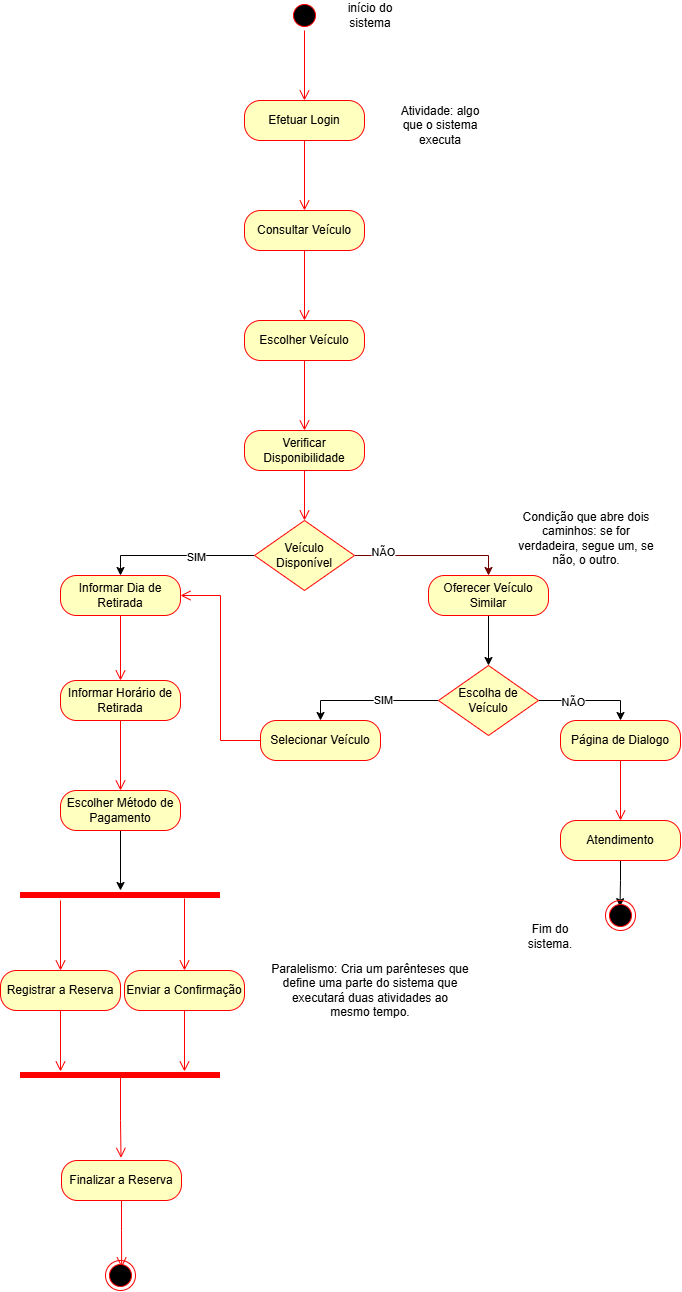
The draw.io diagram 202/diagramas/002diagrama.drawio.png in phdec/SESI-SENAI, before a commit. Source tidied: cells renumbered, new cells last; positions are measured from the earlier drawing's top-left corner, leaving out a move shared by most shapes. Its diagram source:
```xml
<mxGraphModel>
  <root>
    <mxCell id="0" />
    <mxCell id="1" parent="0" />
    <mxCell id="2" style="ellipse;html=1;shape=startState;fillColor=#000000;strokeColor=#ff0000;" parent="1" vertex="1">
      <mxGeometry x="289" width="30" height="30" as="geometry" />
    </mxCell>
    <mxCell id="3" style="edgeStyle=orthogonalEdgeStyle;html=1;verticalAlign=bottom;endArrow=open;endSize=8;strokeColor=#ff0000;rounded=0;defaultLabelBackgroundColor=page;entryX=0.5;entryY=0;entryDx=0;entryDy=0;" parent="1" edge="1" source="2" target="4">
      <mxGeometry relative="1" as="geometry" />
    </mxCell>
    <mxCell id="4" value="Efetuar Login" style="rounded=1;whiteSpace=wrap;html=1;arcSize=40;fontColor=#000000;fillColor=#ffffc0;strokeColor=#ff0000;" parent="1" vertex="1">
      <mxGeometry x="244" y="100" width="120" height="40" as="geometry" />
    </mxCell>
    <mxCell id="5" style="edgeStyle=orthogonalEdgeStyle;html=1;verticalAlign=bottom;endArrow=open;endSize=8;strokeColor=#ff0000;rounded=0;defaultLabelBackgroundColor=page;entryX=0.5;entryY=0;entryDx=0;entryDy=0;" parent="1" edge="1" source="4" target="6">
      <mxGeometry relative="1" as="geometry" />
    </mxCell>
    <mxCell id="6" value="Consultar Veículo" style="rounded=1;whiteSpace=wrap;html=1;arcSize=40;fontColor=#000000;fillColor=#ffffc0;strokeColor=#ff0000;" parent="1" vertex="1">
      <mxGeometry x="244" y="210" width="120" height="40" as="geometry" />
    </mxCell>
    <mxCell id="7" style="edgeStyle=orthogonalEdgeStyle;html=1;verticalAlign=bottom;endArrow=open;endSize=8;strokeColor=#ff0000;rounded=0;defaultLabelBackgroundColor=page;entryX=0.5;entryY=0;entryDx=0;entryDy=0;" parent="1" edge="1" source="6" target="8">
      <mxGeometry relative="1" as="geometry" />
    </mxCell>
    <mxCell id="8" value="Escolher Veículo" style="rounded=1;whiteSpace=wrap;html=1;arcSize=40;fontColor=#000000;fillColor=#ffffc0;strokeColor=#ff0000;" parent="1" vertex="1">
      <mxGeometry x="244" y="320" width="120" height="40" as="geometry" />
    </mxCell>
    <mxCell id="9" style="edgeStyle=orthogonalEdgeStyle;html=1;verticalAlign=bottom;endArrow=open;endSize=8;strokeColor=#ff0000;rounded=0;defaultLabelBackgroundColor=page;entryX=0.5;entryY=0;entryDx=0;entryDy=0;" parent="1" edge="1" source="8" target="10">
      <mxGeometry x="-0.21" relative="1" as="geometry" />
    </mxCell>
    <mxCell id="10" value="Verificar Disponibilidade" style="rounded=1;whiteSpace=wrap;html=1;arcSize=40;fontColor=#000000;fillColor=#ffffc0;strokeColor=#ff0000;" parent="1" vertex="1">
      <mxGeometry x="244" y="430" width="120" height="40" as="geometry" />
    </mxCell>
    <mxCell id="11" style="edgeStyle=orthogonalEdgeStyle;html=1;verticalAlign=bottom;endArrow=open;endSize=8;strokeColor=#ff0000;rounded=0;defaultLabelBackgroundColor=page;entryX=0.5;entryY=0;entryDx=0;entryDy=0;" parent="1" edge="1" source="10" target="16">
      <mxGeometry x="-0.24" relative="1" as="geometry" />
    </mxCell>
    <mxCell id="12" style="edgeStyle=orthogonalEdgeStyle;rounded=0;jettySize=auto;html=1;entryX=0.5;entryY=0;entryDx=0;entryDy=0;defaultLabelBackgroundColor=page;" parent="1" edge="1" source="16" target="17">
      <mxGeometry relative="1" as="geometry" />
    </mxCell>
    <mxCell id="13" value="SIM" style="edgeLabel;html=1;align=center;verticalAlign=middle;inheritText=1;defaultLabelBackgroundColor=page;" parent="12" vertex="1">
      <mxGeometry x="-0.23" y="1" relative="1" as="geometry" />
    </mxCell>
    <mxCell id="14" style="edgeStyle=orthogonalEdgeStyle;rounded=0;jettySize=auto;html=1;defaultLabelBackgroundColor=page;fillColor=#a20025;strokeColor=#6F0000;entryX=0.5;entryY=0;entryDx=0;entryDy=0;" parent="1" edge="1" source="16" target="22">
      <mxGeometry relative="1" as="geometry" />
    </mxCell>
    <mxCell id="15" value="NÃO" style="edgeLabel;html=1;align=center;verticalAlign=middle;inheritText=1;defaultLabelBackgroundColor=page;" parent="14" vertex="1">
      <mxGeometry x="-0.63" y="3" relative="1" as="geometry" />
    </mxCell>
    <mxCell id="16" value="Veículo Disponível" style="rhombus;whiteSpace=wrap;html=1;fontColor=#000000;fillColor=#ffffc0;strokeColor=#ff0000;" parent="1" vertex="1">
      <mxGeometry x="254" y="520" width="100" height="70" as="geometry" />
    </mxCell>
    <mxCell id="17" value="Informar Dia de Retirada" style="rounded=1;whiteSpace=wrap;html=1;arcSize=40;fontColor=#000000;fillColor=#ffffc0;strokeColor=#ff0000;" parent="1" vertex="1">
      <mxGeometry x="60" y="575" width="120" height="40" as="geometry" />
    </mxCell>
    <mxCell id="18" style="edgeStyle=orthogonalEdgeStyle;html=1;verticalAlign=bottom;endArrow=open;endSize=8;strokeColor=#ff0000;rounded=0;defaultLabelBackgroundColor=page;entryX=0.5;entryY=0;entryDx=0;entryDy=0;" parent="1" edge="1" source="17" target="19">
      <mxGeometry relative="1" as="geometry" />
    </mxCell>
    <mxCell id="19" value="Informar Horário de Retirada" style="rounded=1;whiteSpace=wrap;html=1;arcSize=40;fontColor=#000000;fillColor=#ffffc0;strokeColor=#ff0000;" parent="1" vertex="1">
      <mxGeometry x="60" y="680" width="120" height="40" as="geometry" />
    </mxCell>
    <mxCell id="20" style="edgeStyle=orthogonalEdgeStyle;html=1;verticalAlign=bottom;endArrow=open;endSize=8;strokeColor=#ff0000;rounded=0;defaultLabelBackgroundColor=page;entryX=0.5;entryY=0;entryDx=0;entryDy=0;" parent="1" edge="1" source="19" target="35">
      <mxGeometry relative="1" as="geometry" />
    </mxCell>
    <mxCell id="21" style="edgeStyle=orthogonalEdgeStyle;rounded=0;jettySize=auto;html=1;exitX=0.5;exitY=1;exitDx=0;exitDy=0;entryX=0.5;entryY=0;entryDx=0;entryDy=0;defaultLabelBackgroundColor=page;" parent="1" edge="1" source="22" target="27">
      <mxGeometry relative="1" as="geometry" />
    </mxCell>
    <mxCell id="22" value="Oferecer Veículo Similar" style="rounded=1;whiteSpace=wrap;html=1;arcSize=40;fontColor=#000000;fillColor=#ffffc0;strokeColor=#ff0000;" parent="1" vertex="1">
      <mxGeometry x="428" y="575" width="120" height="40" as="geometry" />
    </mxCell>
    <mxCell id="23" style="edgeStyle=orthogonalEdgeStyle;rounded=0;jettySize=auto;html=1;entryX=0.5;entryY=0;entryDx=0;entryDy=0;defaultLabelBackgroundColor=page;" parent="1" edge="1" source="27" target="28">
      <mxGeometry relative="1" as="geometry" />
    </mxCell>
    <mxCell id="24" value="SIM" style="edgeLabel;html=1;align=center;verticalAlign=middle;inheritText=1;defaultLabelBackgroundColor=page;" parent="23" vertex="1">
      <mxGeometry x="-0.19" y="-1" relative="1" as="geometry" />
    </mxCell>
    <mxCell id="25" style="edgeStyle=orthogonalEdgeStyle;rounded=0;jettySize=auto;html=1;entryX=0.5;entryY=0;entryDx=0;entryDy=0;defaultLabelBackgroundColor=page;" parent="1" edge="1" source="27" target="30">
      <mxGeometry relative="1" as="geometry" />
    </mxCell>
    <mxCell id="26" value="NÃO" style="edgeLabel;html=1;align=center;verticalAlign=middle;inheritText=1;defaultLabelBackgroundColor=page;" parent="25" vertex="1">
      <mxGeometry x="-0.34" y="-1" relative="1" as="geometry" />
    </mxCell>
    <mxCell id="27" value="Escolha de Veículo" style="rhombus;whiteSpace=wrap;html=1;fontColor=#000000;fillColor=#ffffc0;strokeColor=#ff0000;" parent="1" vertex="1">
      <mxGeometry x="438" y="665" width="100" height="70" as="geometry" />
    </mxCell>
    <mxCell id="28" value="Selecionar Veículo" style="rounded=1;whiteSpace=wrap;html=1;arcSize=40;fontColor=#000000;fillColor=#ffffc0;strokeColor=#ff0000;" parent="1" vertex="1">
      <mxGeometry x="260" y="720" width="120" height="40" as="geometry" />
    </mxCell>
    <mxCell id="29" style="edgeStyle=orthogonalEdgeStyle;html=1;verticalAlign=bottom;endArrow=open;endSize=8;strokeColor=#ff0000;rounded=0;defaultLabelBackgroundColor=page;entryX=1;entryY=0.5;entryDx=0;entryDy=0;" parent="1" edge="1" source="28" target="17">
      <mxGeometry x="-0.04" relative="1" as="geometry" />
    </mxCell>
    <mxCell id="30" value="Página de Dialogo" style="rounded=1;whiteSpace=wrap;html=1;arcSize=40;fontColor=#000000;fillColor=#ffffc0;strokeColor=#ff0000;" parent="1" vertex="1">
      <mxGeometry x="560" y="720" width="120" height="40" as="geometry" />
    </mxCell>
    <mxCell id="31" style="edgeStyle=orthogonalEdgeStyle;html=1;verticalAlign=bottom;endArrow=open;endSize=8;strokeColor=#ff0000;rounded=0;defaultLabelBackgroundColor=page;entryX=0.5;entryY=0;entryDx=0;entryDy=0;" parent="1" edge="1" source="30" target="33">
      <mxGeometry relative="1" as="geometry" />
    </mxCell>
    <mxCell id="32" style="edgeStyle=orthogonalEdgeStyle;rounded=0;jettySize=auto;html=1;entryX=0.483;entryY=0.206;entryDx=0;entryDy=0;defaultLabelBackgroundColor=page;entryPerimeter=0;" parent="1" edge="1" source="33" target="36">
      <mxGeometry x="-0.14" relative="1" as="geometry" />
    </mxCell>
    <mxCell id="33" value="Atendimento" style="rounded=1;whiteSpace=wrap;html=1;arcSize=40;fontColor=#000000;fillColor=#ffffc0;strokeColor=#ff0000;" parent="1" vertex="1">
      <mxGeometry x="560" y="820" width="120" height="40" as="geometry" />
    </mxCell>
    <mxCell id="34" style="edgeStyle=orthogonalEdgeStyle;rounded=0;jettySize=auto;html=1;defaultLabelBackgroundColor=page;" parent="1" edge="1" source="35" target="37">
      <mxGeometry relative="1" as="geometry" />
    </mxCell>
    <mxCell id="35" value="Escolher Método de Pagamento" style="rounded=1;whiteSpace=wrap;html=1;arcSize=40;fontColor=#000000;fillColor=#ffffc0;strokeColor=#ff0000;" parent="1" vertex="1">
      <mxGeometry x="60" y="790" width="120" height="40" as="geometry" />
    </mxCell>
    <mxCell id="36" style="ellipse;html=1;shape=endState;fillColor=#000000;strokeColor=#ff0000;" parent="1" vertex="1">
      <mxGeometry x="605" y="900" width="30" height="30" as="geometry" />
    </mxCell>
    <mxCell id="37" style="shape=line;html=1;strokeWidth=6;strokeColor=#ff0000;" parent="1" vertex="1">
      <mxGeometry x="20" y="890" width="200" height="10" as="geometry" />
    </mxCell>
    <mxCell id="38" style="edgeStyle=orthogonalEdgeStyle;html=1;verticalAlign=bottom;endArrow=open;endSize=8;strokeColor=#ff0000;rounded=0;defaultLabelBackgroundColor=page;exitX=0.2;exitY=1;exitDx=0;exitDy=0;exitPerimeter=0;entryX=0.5;entryY=0;entryDx=0;entryDy=0;" parent="1" edge="1" source="37" target="39">
      <mxGeometry x="0.46" relative="1" as="geometry" />
    </mxCell>
    <mxCell id="39" value="Registrar a Reserva" style="rounded=1;whiteSpace=wrap;html=1;arcSize=40;fontColor=#000000;fillColor=#ffffc0;strokeColor=#ff0000;" parent="1" vertex="1">
      <mxGeometry y="970" width="120" height="40" as="geometry" />
    </mxCell>
    <mxCell id="40" style="edgeStyle=orthogonalEdgeStyle;html=1;verticalAlign=bottom;endArrow=open;endSize=8;strokeColor=#ff0000;rounded=0;defaultLabelBackgroundColor=page;entryX=0.2;entryY=0.1;entryDx=0;entryDy=0;entryPerimeter=0;" parent="1" edge="1" source="39" target="44">
      <mxGeometry relative="1" as="geometry" />
    </mxCell>
    <mxCell id="41" value="Enviar a Confirmação" style="rounded=1;whiteSpace=wrap;html=1;arcSize=40;fontColor=#000000;fillColor=#ffffc0;strokeColor=#ff0000;" parent="1" vertex="1">
      <mxGeometry x="124" y="970" width="120" height="40" as="geometry" />
    </mxCell>
    <mxCell id="42" style="edgeStyle=orthogonalEdgeStyle;html=1;verticalAlign=bottom;endArrow=open;endSize=8;strokeColor=#ff0000;rounded=0;defaultLabelBackgroundColor=page;entryX=0.82;entryY=0.1;entryDx=0;entryDy=0;entryPerimeter=0;" parent="1" edge="1" source="41" target="44">
      <mxGeometry relative="1" as="geometry" />
    </mxCell>
    <mxCell id="43" style="edgeStyle=orthogonalEdgeStyle;html=1;verticalAlign=bottom;endArrow=open;endSize=8;strokeColor=#ff0000;rounded=0;defaultLabelBackgroundColor=page;exitX=0.82;exitY=0.8;exitDx=0;exitDy=0;exitPerimeter=0;entryX=0.5;entryY=0;entryDx=0;entryDy=0;" parent="1" edge="1" source="37" target="41">
      <mxGeometry x="0.81" relative="1" as="geometry" />
    </mxCell>
    <mxCell id="44" style="shape=line;html=1;strokeWidth=6;strokeColor=#ff0000;" parent="1" vertex="1">
      <mxGeometry x="20" y="1070" width="200" height="10" as="geometry" />
    </mxCell>
    <mxCell id="45" style="edgeStyle=orthogonalEdgeStyle;html=1;verticalAlign=bottom;endArrow=open;endSize=8;strokeColor=#ff0000;rounded=0;defaultLabelBackgroundColor=page;exitX=0.5;exitY=0.706;exitDx=0;exitDy=0;exitPerimeter=0;entryX=0.496;entryY=-0.066;entryDx=0;entryDy=0;entryPerimeter=0;" parent="1" edge="1" source="44" target="46">
      <mxGeometry x="0.08" relative="1" as="geometry" />
    </mxCell>
    <mxCell id="46" value="Finalizar a Reserva" style="rounded=1;whiteSpace=wrap;html=1;arcSize=40;fontColor=#000000;fillColor=#ffffc0;strokeColor=#ff0000;" parent="1" vertex="1">
      <mxGeometry x="61" y="1160" width="120" height="40" as="geometry" />
    </mxCell>
    <mxCell id="47" style="edgeStyle=orthogonalEdgeStyle;html=1;verticalAlign=bottom;endArrow=open;endSize=8;strokeColor=#ff0000;rounded=0;defaultLabelBackgroundColor=page;entryX=0.539;entryY=0.233;entryDx=0;entryDy=0;entryPerimeter=0;" parent="1" edge="1" source="46" target="48">
      <mxGeometry x="-0.11" relative="1" as="geometry" />
    </mxCell>
    <mxCell id="48" style="ellipse;html=1;shape=endState;fillColor=#000000;strokeColor=#ff0000;" parent="1" vertex="1">
      <mxGeometry x="105" y="1260" width="30" height="30" as="geometry" />
    </mxCell>
    <mxCell id="49" value="Condição que abre dois caminhos: se for verdadeira, segue um, se não, o outro." style="text;html=1;whiteSpace=wrap;strokeColor=none;fillColor=none;align=center;verticalAlign=middle;rounded=0;" parent="1" vertex="1">
      <mxGeometry x="510" y="510" width="152" height="55" as="geometry" />
    </mxCell>
    <mxCell id="50" value="início do sistema" style="text;html=1;whiteSpace=wrap;strokeColor=none;fillColor=none;align=center;verticalAlign=middle;rounded=0;" parent="1" vertex="1">
      <mxGeometry x="340" width="60" height="30" as="geometry" />
    </mxCell>
    <mxCell id="51" value="Atividade: algo que o sistema executa" style="text;html=1;whiteSpace=wrap;strokeColor=none;fillColor=none;align=center;verticalAlign=middle;rounded=0;" parent="1" vertex="1">
      <mxGeometry x="390" y="110" width="100" height="30" as="geometry" />
    </mxCell>
    <mxCell id="52" value="Paralelismo: Cria um parênteses que define uma parte do sistema que executará duas atividades ao mesmo tempo." style="text;html=1;whiteSpace=wrap;strokeColor=none;fillColor=none;align=center;verticalAlign=middle;rounded=0;" parent="1" vertex="1">
      <mxGeometry x="270" y="950" width="200" height="80" as="geometry" />
    </mxCell>
    <mxCell id="53" value="Fim do sistema." style="text;html=1;whiteSpace=wrap;strokeColor=none;fillColor=none;align=center;verticalAlign=middle;rounded=0;" parent="1" vertex="1">
      <mxGeometry x="520" y="921" width="60" height="30" as="geometry" />
    </mxCell>
  </root>
</mxGraphModel>
```
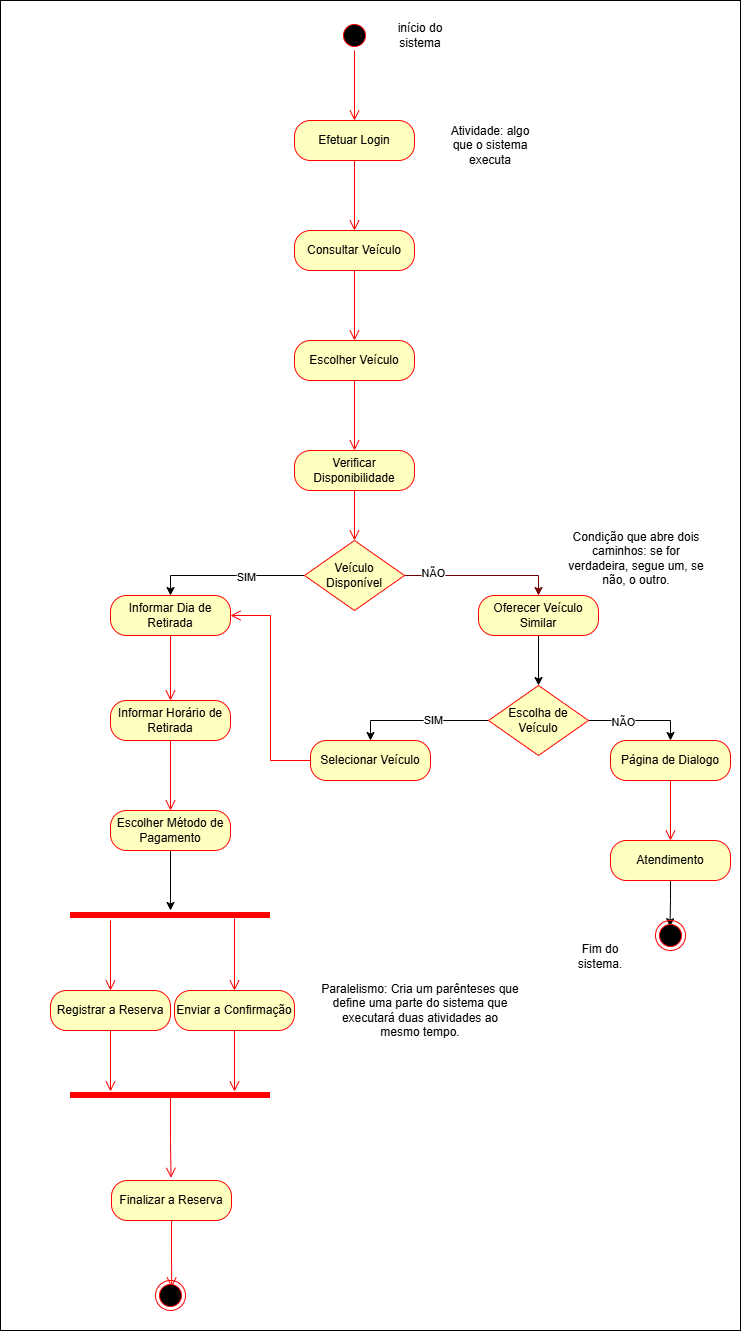
Later version of the same file.

The edit, as a diff of the source:
```diff
@@ -2,11 +2,14 @@
   <root>
     <mxCell id="0" />
     <mxCell id="1" parent="0" />
+    <mxCell id="54" style="rounded=0;whiteSpace=wrap;html=1;" parent="1" vertex="1">
+      <mxGeometry x="-50" y="-20" width="740" height="1330" as="geometry" />
+    </mxCell>
     <mxCell id="2" style="ellipse;html=1;shape=startState;fillColor=#000000;strokeColor=#ff0000;" parent="1" vertex="1">
       <mxGeometry x="289" width="30" height="30" as="geometry" />
     </mxCell>
-    <mxCell id="3" style="edgeStyle=orthogonalEdgeStyle;html=1;verticalAlign=bottom;endArrow=open;endSize=8;strokeColor=#ff0000;rounded=0;defaultLabelBackgroundColor=page;entryX=0.5;entryY=0;entryDx=0;entryDy=0;" parent="1" edge="1" source="2" target="4">
-      <mxGeometry relative="1" as="geometry" />
+    <mxCell id="3" style="edgeStyle=orthogonalEdgeStyle;html=1;verticalAlign=bottom;endArrow=open;endSize=8;strokeColor=#ff0000;rounded=0;defaultLabelBackgroundColor=page;entryX=0.5;entryY=0;entryDx=0;entryDy=0;exitX=0.5;exitY=1;exitDx=0;exitDy=0;" parent="1" edge="1" source="2" target="4">
+      <mxGeometry x="0.41" relative="1" as="geometry" />
     </mxCell>
     <mxCell id="4" value="Efetuar Login" style="rounded=1;whiteSpace=wrap;html=1;arcSize=40;fontColor=#000000;fillColor=#ffffc0;strokeColor=#ff0000;" parent="1" vertex="1">
       <mxGeometry x="244" y="100" width="120" height="40" as="geometry" />
```
